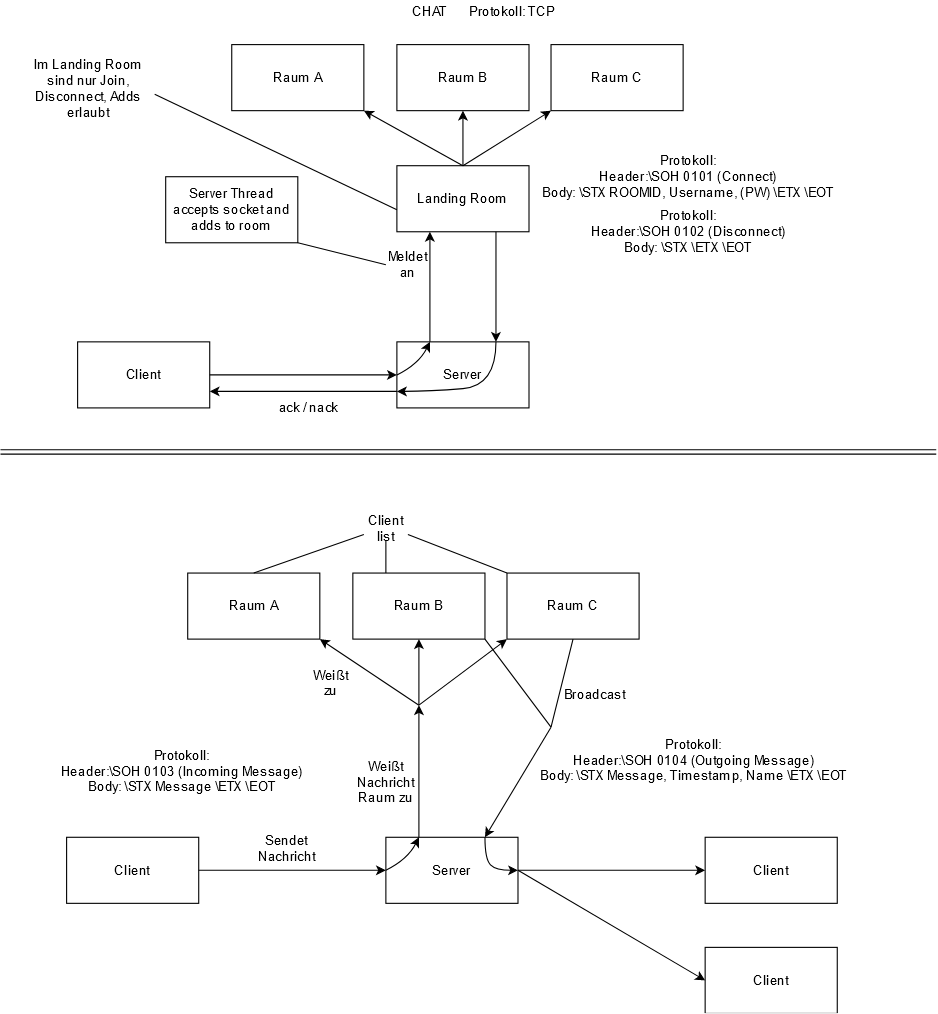
This is network/ServerArchitecture.png from LittleBeasts/documentation, a draw.io export, as it was before one commit. Source tidied: cells renumbered, new cells last; positions are measured from the earlier drawing's top-left corner, leaving out a move shared by most shapes.
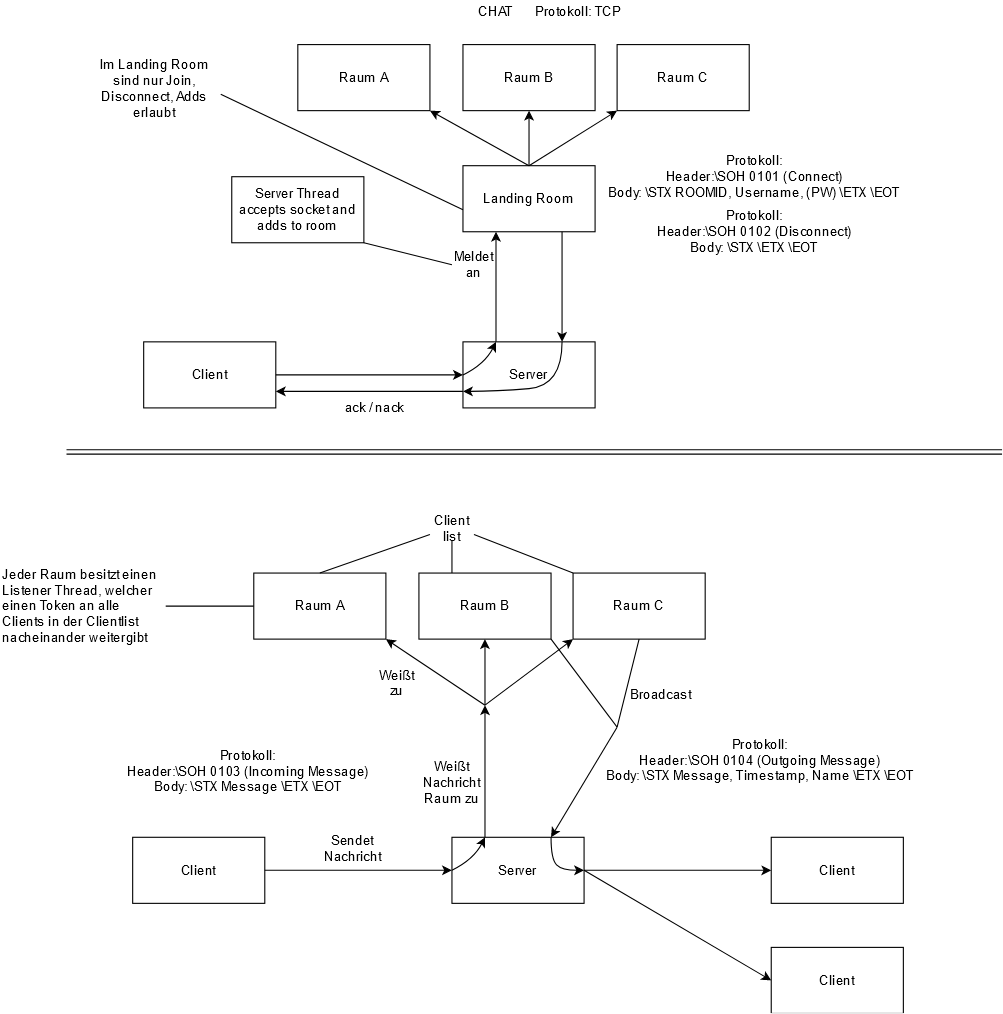
The same file after the commit.

Diff of the diagram source:
```diff
@@ -206,5 +206,11 @@
         <mxPoint x="360" y="190" as="targetPoint" />
       </mxGeometry>
     </mxCell>
+    <mxCell id="57" value="&lt;div align=&quot;left&quot;&gt;Jeder Raum besitzt einen Listener Thread, welcher einen Token an alle Clients in der Clientlist nacheinander weitergibt&lt;/div&gt;" style="text;html=1;strokeColor=none;fillColor=none;align=left;verticalAlign=middle;whiteSpace=wrap;rounded=0;" parent="1" vertex="1">
+      <mxGeometry x="-60" y="540" width="150" height="20" as="geometry" />
+    </mxCell>
+    <mxCell id="58" style="endArrow=none;html=1;exitX=1;exitY=0.5;exitDx=0;exitDy=0;entryX=0;entryY=0.5;entryDx=0;entryDy=0;" parent="1" edge="1" source="57" target="37">
+      <mxGeometry relative="1" as="geometry" />
+    </mxCell>
   </root>
 </mxGraphModel>
```
